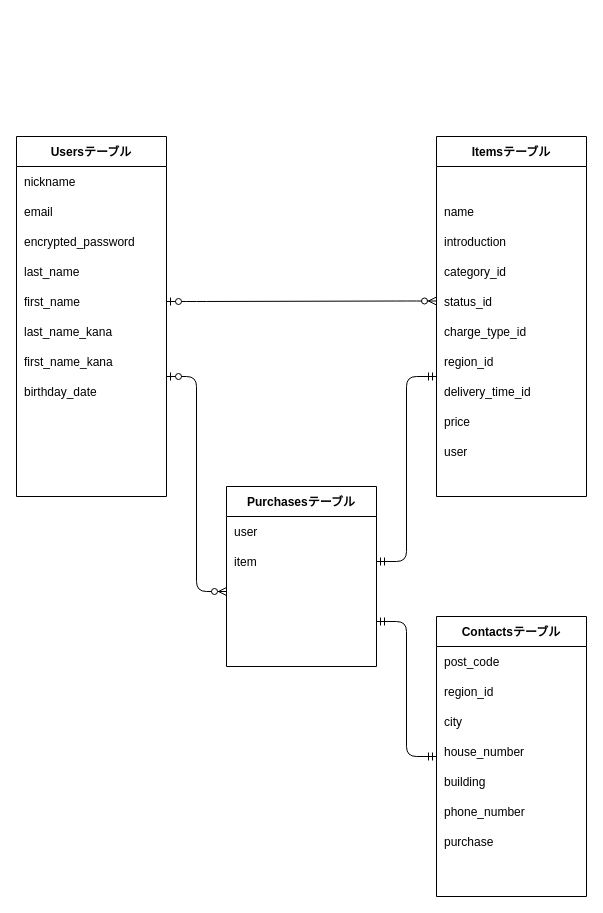
Before: database.dio in JackieZHU316/furima-37930, a draw.io diagram. Source tidied: cells renumbered, new cells numbered last; positions are measured from the earlier drawing's top-left corner, leaving out a move shared by most shapes. Both pictures are drawn from the tidied source at 100%, with x=0, y=0 at pixel (16, 136).
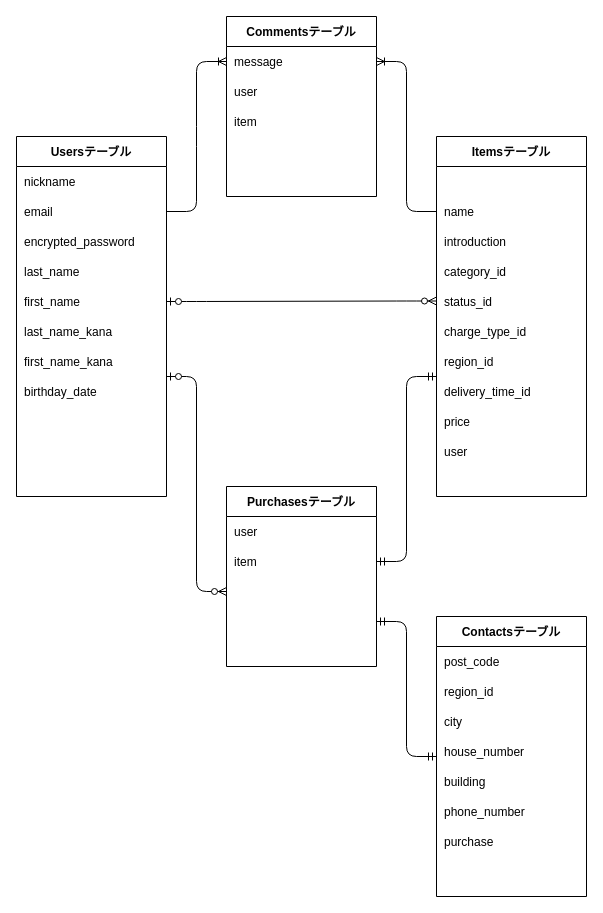
Above is the later version.

Commit message:
コメントテーブル追加によりER図更新

Unchanged cells that the change refers to:
```xml
<mxCell id="5" style="shape=partialRectangle;fillColor=none;top=0;left=0;bottom=0;right=0;points=[[0,0.5],[1,0.5]];portConstraint=eastwest;" parent="2" vertex="1">
  <mxGeometry y="60" width="150" height="30" as="geometry" />
</mxCell>
<mxCell id="20" style="shape=partialRectangle;fillColor=none;top=0;left=0;bottom=0;right=0;points=[[0,0.5],[1,0.5]];portConstraint=eastwest;" parent="17" vertex="1">
  <mxGeometry y="60" width="150" height="30" as="geometry" />
</mxCell>
```

What changed in the source:
```diff
@@
+    <mxCell id="64" value="Commentsテーブル" style="shape=table;startSize=30;childLayout=tableLayout;rowLines=0;fontStyle=1;align=center;" parent="1" vertex="1">
+      <mxGeometry x="210" y="-120" width="150" height="180" as="geometry" />
+    </mxCell>
+    <mxCell id="65" style="shape=partialRectangle;fillColor=none;top=0;left=0;bottom=0;right=0;points=[[0,0.5],[1,0.5]];portConstraint=eastwest;" parent="64" vertex="1">
+      <mxGeometry y="30" width="150" height="30" as="geometry" />
+    </mxCell>
+    <mxCell id="66" value="message" style="shape=partialRectangle;fillColor=none;top=0;left=0;bottom=0;right=0;align=left;spacingLeft=6;overflow=hidden;" parent="65" vertex="1">
+      <mxGeometry width="150" height="30" as="geometry" />
+    </mxCell>
+    <mxCell id="67" style="shape=partialRectangle;fillColor=none;top=0;left=0;bottom=0;right=0;" parent="64" vertex="1">
+      <mxGeometry y="60" width="150" height="30" as="geometry" />
+    </mxCell>
+    <mxCell id="68" style="shape=partialRectangle;fillColor=none;top=0;left=0;bottom=0;right=0;align=left;spacingLeft=6;overflow=hidden;" parent="67" vertex="1">
+      <mxGeometry width="150" height="30" as="geometry" />
+    </mxCell>
+    <mxCell id="69" style="shape=partialRectangle;fillColor=none;top=0;left=0;bottom=0;right=0;" parent="64" vertex="1">
+      <mxGeometry y="90" width="150" height="30" as="geometry" />
+    </mxCell>
+    <mxCell id="70" style="shape=partialRectangle;fillColor=none;top=0;left=0;bottom=0;right=0;align=left;spacingLeft=6;overflow=hidden;" parent="69" vertex="1">
+      <mxGeometry width="150" height="30" as="geometry" />
+    </mxCell>
+    <mxCell id="71" style="shape=partialRectangle;fillColor=none;top=0;left=0;bottom=0;right=0;" parent="64" vertex="1">
+      <mxGeometry y="120" width="150" height="30" as="geometry" />
+    </mxCell>
+    <mxCell id="72" style="shape=partialRectangle;fillColor=none;top=0;left=0;bottom=0;right=0;align=left;spacingLeft=6;overflow=hidden;" parent="71" vertex="1">
+      <mxGeometry width="150" height="30" as="geometry" />
+    </mxCell>
+    <mxCell id="73" style="shape=partialRectangle;fillColor=none;top=0;left=0;bottom=0;right=0;" parent="64" vertex="1">
+      <mxGeometry y="150" width="150" height="30" as="geometry" />
+    </mxCell>
+    <mxCell id="74" style="shape=partialRectangle;fillColor=none;top=0;left=0;bottom=0;right=0;overflow=hidden;" parent="73" vertex="1">
+      <mxGeometry width="150" height="30" as="geometry" />
+    </mxCell>
+    <mxCell id="75" style="edgeStyle=entityRelationEdgeStyle;fontSize=12;html=1;endArrow=ERoneToMany;exitX=1;exitY=0.5;exitDx=0;exitDy=0;entryX=0;entryY=0.5;entryDx=0;entryDy=0;" parent="1" edge="1" source="5" target="65">
+      <mxGeometry relative="1" as="geometry" />
+    </mxCell>
+    <mxCell id="76" style="edgeStyle=entityRelationEdgeStyle;fontSize=12;html=1;endArrow=ERoneToMany;entryX=1;entryY=0.5;entryDx=0;entryDy=0;exitX=0;exitY=0.5;exitDx=0;exitDy=0;" parent="1" edge="1" source="20" target="65">
+      <mxGeometry relative="1" as="geometry" />
+    </mxCell>
+    <mxCell id="77" value="user" style="shape=partialRectangle;fillColor=none;top=0;left=0;bottom=0;right=0;align=left;spacingLeft=6;overflow=hidden;" parent="1" vertex="1">
+      <mxGeometry x="210" y="-60" width="150" height="30" as="geometry" />
+    </mxCell>
+    <mxCell id="78" value="item" style="shape=partialRectangle;fillColor=none;top=0;left=0;bottom=0;right=0;align=left;spacingLeft=6;overflow=hidden;" parent="1" vertex="1">
+      <mxGeometry x="210" y="-30" width="150" height="30" as="geometry" />
+    </mxCell>
```
